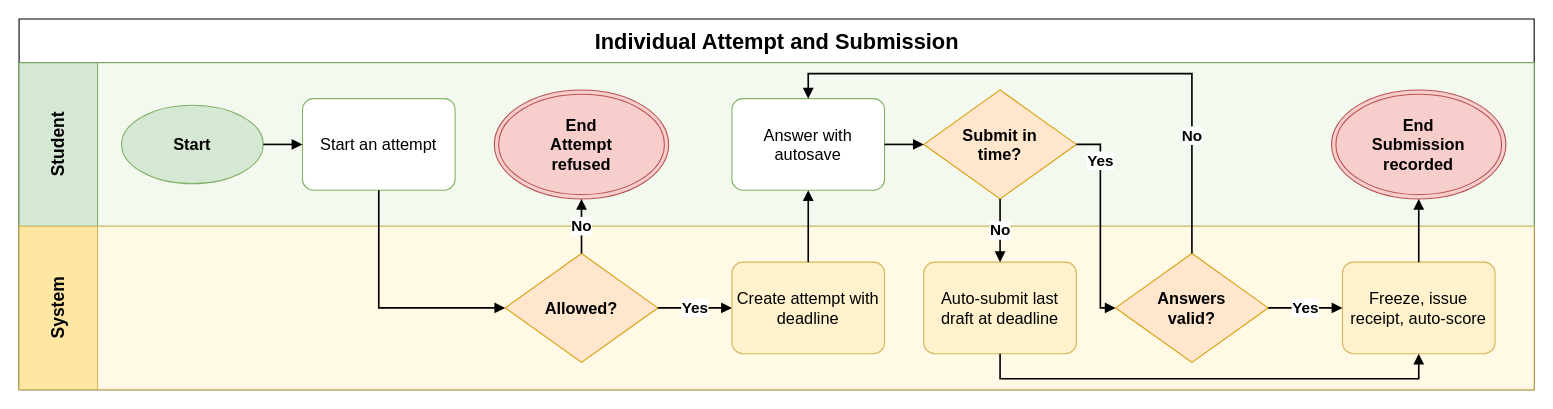
Before: aidlc-docs/inception/main-business-flows/BF-04-Individual-Attempt-and-Submission.drawio in hygef-v4/AI-Powered-Learning-Platform, a draw.io diagram. Source tidied: cells renumbered, new cells numbered last; positions are measured from the earlier drawing's top-left corner, leaving out a move shared by most shapes. Both pictures are drawn from the tidied source at 109%, with x=0, y=0 at pixel (19, 19).
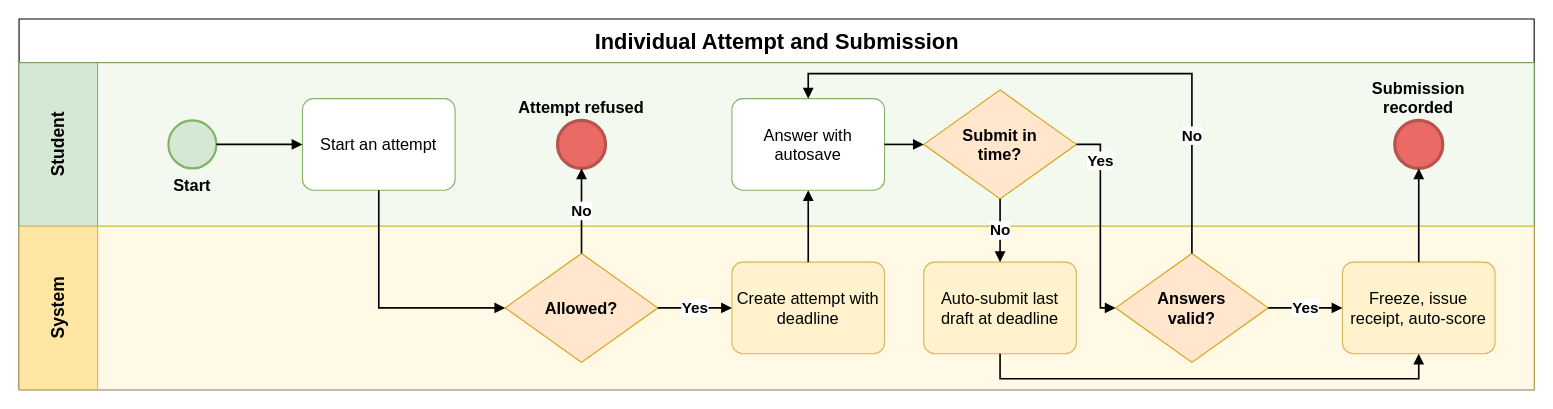
Above is the later version.

Unchanged cells that the change refers to:
```xml
<mxCell id="3" value="Student" style="swimlane;startSize=72;horizontal=0;html=1;whiteSpace=wrap;fillColor=#D5E8D4;swimlaneFillColor=#F3F9EE;strokeColor=#82B366;fontSize=16;fontStyle=1;align=center;verticalAlign=middle;spacing=4;" parent="2" vertex="1">
  <mxGeometry y="40" width="1390" height="150" as="geometry" />
</mxCell>
```

What changed in the source:
```diff
@@
-    <mxCell id="5" value="Start" style="ellipse;whiteSpace=wrap;html=1;fillColor=#D5E8D4;strokeColor=#82B366;fontStyle=1;fontSize=15;" parent="3" vertex="1">
-      <mxGeometry x="94" y="39" width="130" height="72" as="geometry" />
+    <mxCell id="5" value="Start" style="ellipse;html=1;fillColor=#D5E8D4;strokeColor=#82B366;strokeWidth=2;fontStyle=1;fontSize=15;whiteSpace=wrap;verticalLabelPosition=bottom;verticalAlign=top;labelPosition=center;align=center;labelWidth=150;" parent="3" vertex="1">
+      <mxGeometry x="137" y="53" width="44" height="44" as="geometry" />
     </mxCell>
@@
-    <mxCell id="8" value="End&lt;br&gt;Attempt refused" style="ellipse;shape=doubleEllipse;whiteSpace=wrap;html=1;fillColor=#F8CECC;strokeColor=#B85450;fontStyle=1;fontSize=15;spacingLeft=26;spacingRight=26;" parent="3" vertex="1">
-      <mxGeometry x="436" y="25" width="160" height="100" as="geometry" />
+    <mxCell id="8" value="Attempt refused" style="ellipse;html=1;fillColor=#EA6B66;strokeColor=#B85450;strokeWidth=3;fontStyle=1;fontSize=15;whiteSpace=wrap;verticalLabelPosition=top;verticalAlign=bottom;labelPosition=center;align=center;labelWidth=150;" parent="3" vertex="1">
+      <mxGeometry x="494" y="53" width="44" height="44" as="geometry" />
     </mxCell>
@@
-    <mxCell id="15" value="End&lt;br&gt;Submission recorded" style="ellipse;shape=doubleEllipse;whiteSpace=wrap;html=1;fillColor=#F8CECC;strokeColor=#B85450;fontStyle=1;fontSize=15;spacingLeft=26;spacingRight=26;" parent="3" vertex="1">
-      <mxGeometry x="1204.1" y="25" width="160" height="100" as="geometry" />
+    <mxCell id="15" value="Submission recorded" style="ellipse;html=1;fillColor=#EA6B66;strokeColor=#B85450;strokeWidth=3;fontStyle=1;fontSize=15;whiteSpace=wrap;verticalLabelPosition=top;verticalAlign=bottom;labelPosition=center;align=center;labelWidth=150;" parent="3" vertex="1">
+      <mxGeometry x="1262.1" y="53" width="44" height="44" as="geometry" />
     </mxCell>
```
